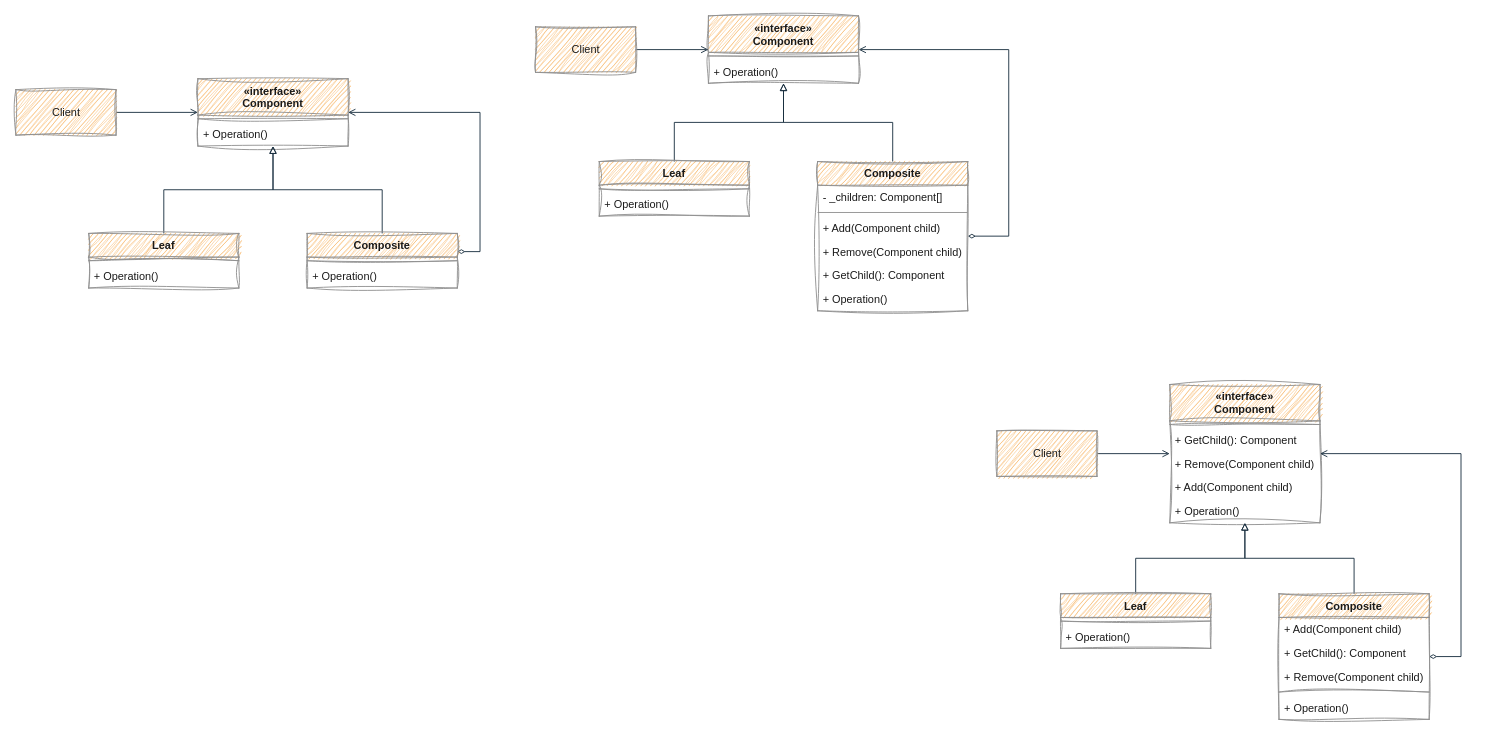
This is page "Composite" (2 of 5) of images/design pattern class diagram.drawio from Yu-Qiao-Hong/Yu-Qiao-Hong.github.io, a draw.io file, before an edit. Source tidied: cells renumbered, new cells numbered last; positions are measured from the earlier drawing's top-left corner, leaving out a move shared by most shapes. Both pictures are drawn from the tidied source at 91%, with x=0, y=0 at pixel (15, 15).
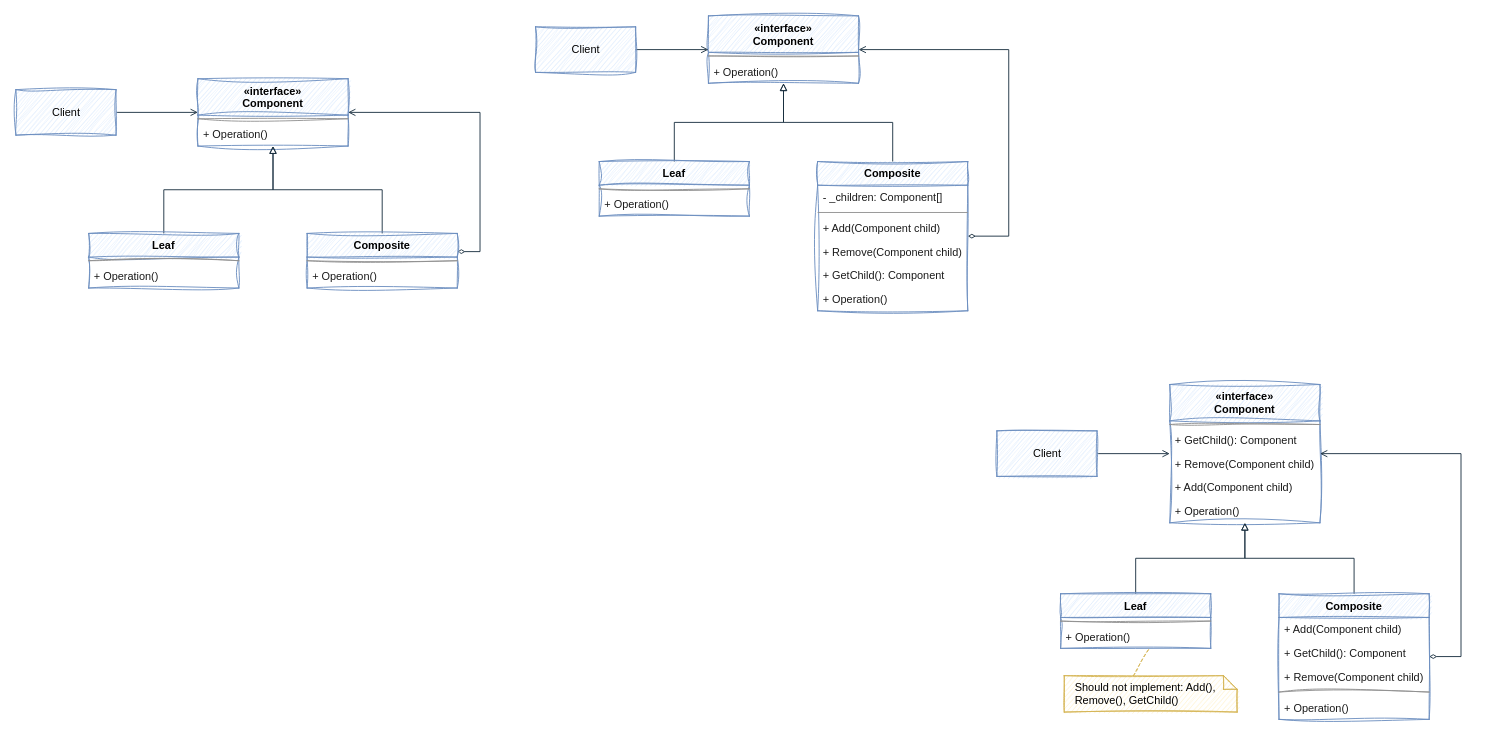
After the change.

The change refers to these unchanged cells:
```xml
<mxCell id="43" value="+ Operation()" style="text;strokeColor=none;fillColor=none;align=left;verticalAlign=top;spacingLeft=4;spacingRight=4;overflow=hidden;points=[[0,0.5],[1,0.5]];portConstraint=eastwest;rounded=0;fontColor=#1A1A1A;sketch=1;curveFitting=1;jiggle=2;" parent="41" vertex="1">
  <mxGeometry y="34" width="165" height="26" as="geometry" />
</mxCell>
```

Diff of the diagram source:
```diff
@@
-    <mxCell id="2" value="«interface»&#10;Component" style="swimlane;fontStyle=1;align=center;verticalAlign=top;horizontal=1;startSize=40;rounded=0;fillColor=#F5AB50;strokeColor=#909090;fontColor=#1A1A1A;sketch=1;curveFitting=1;jiggle=2;" parent="1" vertex="1">
+    <mxCell id="2" value="«interface»&#10;Component" style="swimlane;fontStyle=1;align=center;verticalAlign=top;horizontal=1;startSize=40;rounded=0;fillColor=#dae8fc;strokeColor=#6c8ebf;fontColor=default;sketch=1;curveFitting=1;jiggle=2;" parent="1" vertex="1">
       <mxGeometry x="200" y="69" width="165" height="74" as="geometry" />
     </mxCell>
@@
-    <mxCell id="6" value="Leaf" style="swimlane;fontStyle=1;align=center;verticalAlign=top;horizontal=1;startSize=26;rounded=0;fillColor=#F5AB50;strokeColor=#909090;fontColor=#1A1A1A;sketch=1;curveFitting=1;jiggle=2;" parent="1" vertex="1">
+    <mxCell id="6" value="Leaf" style="swimlane;fontStyle=1;align=center;verticalAlign=top;horizontal=1;startSize=26;rounded=0;fillColor=#dae8fc;strokeColor=#6c8ebf;fontColor=default;sketch=1;curveFitting=1;jiggle=2;" parent="1" vertex="1">
       <mxGeometry x="80" y="239" width="165" height="60" as="geometry" />
     </mxCell>
@@
-    <mxCell id="11" value="Composite" style="swimlane;fontStyle=1;align=center;verticalAlign=top;horizontal=1;startSize=26;rounded=0;fillColor=#F5AB50;strokeColor=#909090;fontColor=#1A1A1A;sketch=1;curveFitting=1;jiggle=2;" parent="1" vertex="1">
+    <mxCell id="11" value="Composite" style="swimlane;fontStyle=1;align=center;verticalAlign=top;horizontal=1;startSize=26;rounded=0;fillColor=#dae8fc;strokeColor=#6c8ebf;fontColor=default;sketch=1;curveFitting=1;jiggle=2;" parent="1" vertex="1">
       <mxGeometry x="320" y="239" width="165" height="60" as="geometry" />
     </mxCell>
@@
-    <mxCell id="15" value="Client" style="html=1;rounded=0;fillColor=#F5AB50;strokeColor=#909090;fontColor=#1A1A1A;sketch=1;curveFitting=1;jiggle=2;" parent="1" vertex="1">
+    <mxCell id="15" value="Client" style="html=1;rounded=0;fillColor=#dae8fc;strokeColor=#6c8ebf;fontColor=default;sketch=1;curveFitting=1;jiggle=2;" parent="1" vertex="1">
       <mxGeometry y="81" width="110" height="50" as="geometry" />
     </mxCell>
-    <mxCell id="16" value="«interface»&#10;Component" style="swimlane;fontStyle=1;align=center;verticalAlign=top;horizontal=1;startSize=40;rounded=0;fillColor=#F5AB50;strokeColor=#909090;fontColor=#1A1A1A;sketch=1;curveFitting=1;jiggle=2;" parent="1" vertex="1">
+    <mxCell id="16" value="«interface»&#10;Component" style="swimlane;fontStyle=1;align=center;verticalAlign=top;horizontal=1;startSize=40;rounded=0;fillColor=#dae8fc;strokeColor=#6c8ebf;fontColor=default;sketch=1;curveFitting=1;jiggle=2;" parent="1" vertex="1">
       <mxGeometry x="761" width="165" height="74" as="geometry" />
     </mxCell>
@@
-    <mxCell id="20" value="Leaf" style="swimlane;fontStyle=1;align=center;verticalAlign=top;horizontal=1;startSize=26;rounded=0;fillColor=#F5AB50;strokeColor=#909090;fontColor=#1A1A1A;sketch=1;curveFitting=1;jiggle=2;" parent="1" vertex="1">
+    <mxCell id="20" value="Leaf" style="swimlane;fontStyle=1;align=center;verticalAlign=top;horizontal=1;startSize=26;rounded=0;fillColor=#dae8fc;strokeColor=#6c8ebf;fontColor=default;sketch=1;curveFitting=1;jiggle=2;" parent="1" vertex="1">
       <mxGeometry x="641" y="160" width="165" height="60" as="geometry" />
     </mxCell>
@@
-    <mxCell id="25" value="Composite" style="swimlane;fontStyle=1;align=center;verticalAlign=top;horizontal=1;startSize=26;rounded=0;fillColor=#F5AB50;strokeColor=#909090;fontColor=#1A1A1A;sketch=1;curveFitting=1;jiggle=2;" parent="1" vertex="1">
+    <mxCell id="25" value="Composite" style="swimlane;fontStyle=1;align=center;verticalAlign=top;horizontal=1;startSize=26;rounded=0;fillColor=#dae8fc;strokeColor=#6c8ebf;fontColor=default;sketch=1;curveFitting=1;jiggle=2;" parent="1" vertex="1">
       <mxGeometry x="881" y="160" width="165" height="164" as="geometry" />
     </mxCell>
@@
-    <mxCell id="33" value="Client" style="html=1;rounded=0;fillColor=#F5AB50;strokeColor=#909090;fontColor=#1A1A1A;sketch=1;curveFitting=1;jiggle=2;" parent="1" vertex="1">
+    <mxCell id="33" value="Client" style="html=1;rounded=0;fillColor=#dae8fc;strokeColor=#6c8ebf;fontColor=default;sketch=1;curveFitting=1;jiggle=2;" parent="1" vertex="1">
       <mxGeometry x="571" y="12" width="110" height="50" as="geometry" />
     </mxCell>
-    <mxCell id="34" value="«interface»&#10;Component" style="swimlane;fontStyle=1;align=center;verticalAlign=top;horizontal=1;startSize=40;rounded=0;fillColor=#F5AB50;strokeColor=#909090;fontColor=#1A1A1A;sketch=1;curveFitting=1;jiggle=2;" parent="1" vertex="1">
+    <mxCell id="34" value="«interface»&#10;Component" style="swimlane;fontStyle=1;align=center;verticalAlign=top;horizontal=1;startSize=40;rounded=0;fillColor=#dae8fc;strokeColor=#6c8ebf;fontColor=default;sketch=1;curveFitting=1;jiggle=2;" parent="1" vertex="1">
       <mxGeometry x="1268" y="405" width="165" height="152" as="geometry" />
     </mxCell>
@@
-    <mxCell id="41" value="Leaf" style="swimlane;fontStyle=1;align=center;verticalAlign=top;horizontal=1;startSize=26;rounded=0;fillColor=#F5AB50;strokeColor=#909090;fontColor=#1A1A1A;sketch=1;curveFitting=1;jiggle=2;" parent="1" vertex="1">
+    <mxCell id="41" value="Leaf" style="swimlane;fontStyle=1;align=center;verticalAlign=top;horizontal=1;startSize=26;rounded=0;fillColor=#dae8fc;strokeColor=#6c8ebf;fontColor=default;sketch=1;curveFitting=1;jiggle=2;" parent="1" vertex="1">
       <mxGeometry x="1148" y="635" width="165" height="60" as="geometry" />
     </mxCell>
@@
-    <mxCell id="46" value="Composite" style="swimlane;fontStyle=1;align=center;verticalAlign=top;horizontal=1;startSize=26;rounded=0;fillColor=#F5AB50;strokeColor=#909090;fontColor=#1A1A1A;sketch=1;curveFitting=1;jiggle=2;" parent="1" vertex="1">
+    <mxCell id="46" value="Composite" style="swimlane;fontStyle=1;align=center;verticalAlign=top;horizontal=1;startSize=26;rounded=0;fillColor=#dae8fc;strokeColor=#6c8ebf;fontColor=default;sketch=1;curveFitting=1;jiggle=2;" parent="1" vertex="1">
       <mxGeometry x="1388" y="635" width="165" height="138" as="geometry" />
     </mxCell>
@@
-    <mxCell id="53" value="Client" style="html=1;rounded=0;fillColor=#F5AB50;strokeColor=#909090;fontColor=#1A1A1A;sketch=1;curveFitting=1;jiggle=2;" parent="1" vertex="1">
+    <mxCell id="53" value="Client" style="html=1;rounded=0;fillColor=#dae8fc;strokeColor=#6c8ebf;fontColor=default;sketch=1;curveFitting=1;jiggle=2;" parent="1" vertex="1">
       <mxGeometry x="1078" y="456" width="110" height="50" as="geometry" />
     </mxCell>
+    <mxCell id="54" value="Should not implement: Add(), Remove(), GetChild()" style="shape=note;size=15;align=left;spacingLeft=10;html=1;whiteSpace=wrap;rounded=0;sketch=1;strokeColor=#d6b656;fillColor=#fff2cc;" parent="1" vertex="1">
+      <mxGeometry x="1152" y="725" width="190" height="40" as="geometry" />
+    </mxCell>
+    <mxCell id="55" style="edgeStyle=none;endArrow=none;exitX=0.4;exitY=0;dashed=1;html=1;rounded=1;sketch=1;fontColor=#1A1A1A;strokeColor=#d6b656;curved=0;fillColor=#fff2cc;entryX=0.591;entryY=1.003;entryDx=0;entryDy=0;entryPerimeter=0;" parent="1" edge="1" source="54" target="43">
+      <mxGeometry x="1" relative="1" as="geometry" />
+    </mxCell>
```
